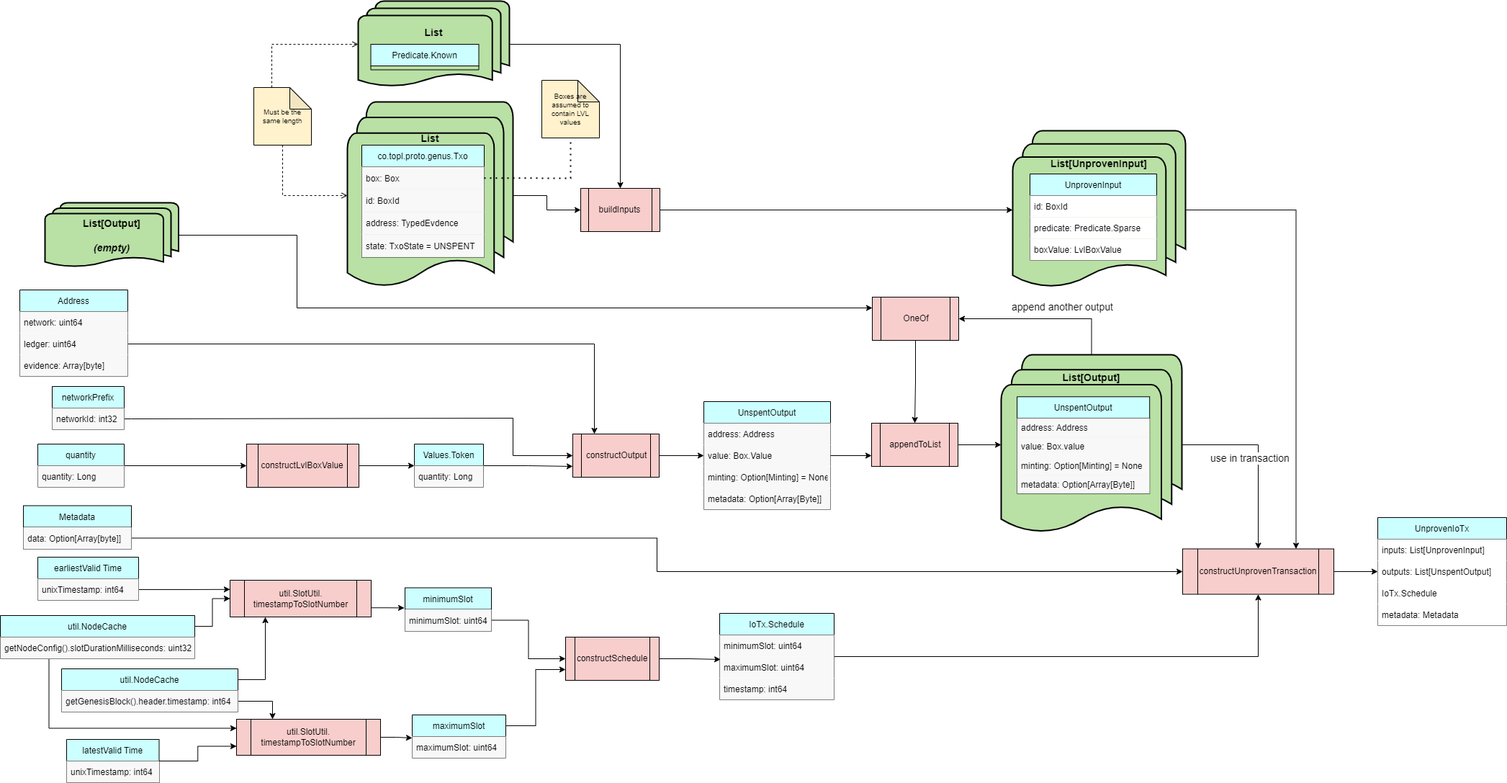
Above: docs/Modules/NativeTransactor/transaction_builder.drawio.png in Topl/BramblSc-docs (draw.io), before the change. Source tidied: cells renumbered, new cells last; positions are measured from the earlier drawing's top-left corner, leaving out a move shared by most shapes.
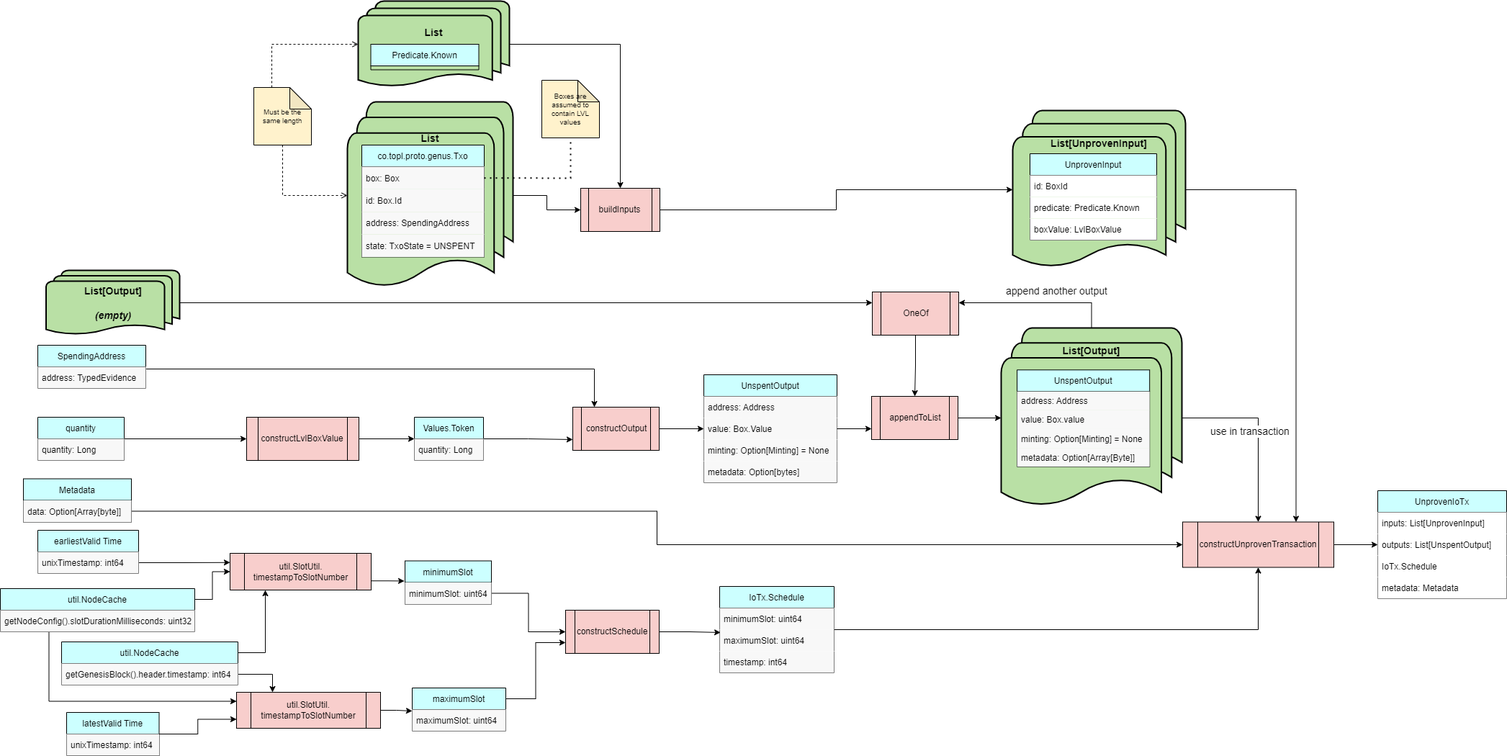
Later version of the same file.

The edit, as a diff of the source:
```diff
@@ -47,7 +47,7 @@
       <mxGeometry y="30" width="130" height="30" as="geometry" />
     </mxCell>
     <mxCell id="16" style="group;" parent="1" vertex="1">
-      <mxGeometry x="482" y="170" width="230" height="230" as="geometry" />
+      <mxGeometry x="482" y="207" width="230" height="230" as="geometry" />
     </mxCell>
     <mxCell id="17" value="&lt;font style=&quot;&quot;&gt;&lt;font style=&quot;font-size: 10px;&quot;&gt;&amp;nbsp;&lt;/font&gt;&lt;font style=&quot;font-size: 18px;&quot;&gt;&amp;nbsp;&lt;br&gt;&lt;/font&gt;&lt;br&gt;&lt;/font&gt;&lt;font style=&quot;font-size: 14px;&quot;&gt;&lt;b&gt;List&lt;/b&gt;&lt;/font&gt;" style="strokeWidth=2;html=1;shape=mxgraph.flowchart.multi-document;whiteSpace=wrap;fillColor=#B9E0A5;verticalAlign=top;" parent="16" vertex="1">
       <mxGeometry y="-30" width="230" height="260" as="geometry" />
@@ -58,10 +58,10 @@
     <mxCell id="19" value="box: Box" style="text;strokeColor=none;fillColor=#F8F8F8;align=left;verticalAlign=middle;spacingLeft=4;spacingRight=4;overflow=hidden;points=[[0,0.5],[1,0.5]];portConstraint=eastwest;" parent="18" vertex="1">
       <mxGeometry y="30" width="170" height="31.4" as="geometry" />
     </mxCell>
-    <mxCell id="20" value="id: BoxId" style="text;strokeColor=none;fillColor=#F8F8F8;align=left;verticalAlign=middle;spacingLeft=4;spacingRight=4;overflow=hidden;" parent="18" vertex="1">
+    <mxCell id="20" value="id: Box.Id" style="text;strokeColor=none;fillColor=#F8F8F8;align=left;verticalAlign=middle;spacingLeft=4;spacingRight=4;overflow=hidden;" parent="18" vertex="1">
       <mxGeometry y="61.4" width="170" height="31.4" as="geometry" />
     </mxCell>
-    <mxCell id="21" value="address: TypedEvdence" style="text;strokeColor=none;fillColor=#F8F8F8;align=left;verticalAlign=middle;spacingLeft=4;spacingRight=4;overflow=hidden;" parent="18" vertex="1">
+    <mxCell id="21" value="address: SpendingAddress" style="text;strokeColor=none;fillColor=#F8F8F8;align=left;verticalAlign=middle;spacingLeft=4;spacingRight=4;overflow=hidden;" parent="18" vertex="1">
       <mxGeometry y="92.7" width="170" height="31.4" as="geometry" />
     </mxCell>
     <mxCell id="22" value="state: TxoState = UNSPENT" style="text;strokeColor=none;fillColor=#F8F8F8;align=left;verticalAlign=middle;spacingLeft=4;spacingRight=4;overflow=hidden;" parent="18" vertex="1">
@@ -100,36 +100,23 @@
     <mxCell id="33" value="constructOutput" style="shape=process;whiteSpace=wrap;html=1;backgroundOutline=1;fillColor=#F8CECC;" parent="1" vertex="1">
       <mxGeometry x="795" y="601" width="120" height="60" as="geometry" />
     </mxCell>
-    <mxCell id="34" style="edgeStyle=orthogonalEdgeStyle;rounded=0;jettySize=auto;html=1;entryX=0;entryY=0.5;entryDx=0;entryDy=0;fontSize=10;exitX=1;exitY=0.75;exitDx=0;exitDy=0;" parent="1" edge="1" source="99" target="33">
-      <mxGeometry relative="1" as="geometry">
-        <Array as="points">
-          <mxPoint x="182" y="580" />
-          <mxPoint x="712" y="579" />
-          <mxPoint x="712" y="631" />
-        </Array>
-      </mxGeometry>
-    </mxCell>
-    <mxCell id="35" style="edgeStyle=orthogonalEdgeStyle;rounded=0;jettySize=auto;html=1;entryX=0.25;entryY=0;entryDx=0;entryDy=0;fontSize=10;exitX=1;exitY=0.5;exitDx=0;exitDy=0;" parent="1" edge="1" source="97" target="33">
-      <mxGeometry relative="1" as="geometry">
-        <Array as="points">
-          <mxPoint x="825" y="476" />
-        </Array>
-      </mxGeometry>
+    <mxCell id="35" style="edgeStyle=orthogonalEdgeStyle;rounded=0;jettySize=auto;html=1;entryX=0.25;entryY=0;entryDx=0;entryDy=0;fontSize=10;exitX=1.005;exitY=0.1;exitDx=0;exitDy=0;exitPerimeter=0;" parent="1" edge="1" source="98" target="33">
+      <mxGeometry relative="1" as="geometry" />
     </mxCell>
     <mxCell id="36" value="UnspentOutput" style="swimlane;fontStyle=0;horizontal=1;startSize=30;fillColor=#CCFFFF;" parent="1" vertex="1">
-      <mxGeometry x="977" y="556" width="176" height="150" as="geometry" />
+      <mxGeometry x="977" y="556" width="185" height="150" as="geometry" />
     </mxCell>
     <mxCell id="37" value="address: Address" style="text;strokeColor=none;fillColor=#F8F8F8;align=left;verticalAlign=middle;spacingLeft=4;spacingRight=4;overflow=hidden;" parent="36" vertex="1">
-      <mxGeometry y="30" width="176" height="30" as="geometry" />
+      <mxGeometry y="30" width="185" height="30" as="geometry" />
     </mxCell>
     <mxCell id="38" value="value: Box.Value" style="text;strokeColor=none;fillColor=#F8F8F8;align=left;verticalAlign=middle;spacingLeft=4;spacingRight=4;overflow=hidden;points=[[0,0.5],[1,0.5]];portConstraint=eastwest;" parent="36" vertex="1">
-      <mxGeometry y="60" width="176" height="30" as="geometry" />
+      <mxGeometry y="60" width="185" height="30" as="geometry" />
     </mxCell>
     <mxCell id="39" value="minting: Option[Minting] = None" style="text;strokeColor=none;fillColor=#F8F8F8;align=left;verticalAlign=middle;spacingLeft=4;spacingRight=4;overflow=hidden;" parent="36" vertex="1">
-      <mxGeometry y="90" width="176" height="30" as="geometry" />
+      <mxGeometry y="90" width="185" height="30" as="geometry" />
     </mxCell>
-    <mxCell id="40" value="metadata: Option[Array[Byte]]" style="text;strokeColor=none;fillColor=#F8F8F8;align=left;verticalAlign=middle;spacingLeft=4;spacingRight=4;overflow=hidden;" parent="36" vertex="1">
-      <mxGeometry y="120" width="176" height="30" as="geometry" />
+    <mxCell id="40" value="metadata: Option[bytes]" style="text;strokeColor=none;fillColor=#F8F8F8;align=left;verticalAlign=middle;spacingLeft=4;spacingRight=4;overflow=hidden;" parent="36" vertex="1">
+      <mxGeometry y="120" width="185" height="30" as="geometry" />
     </mxCell>
     <mxCell id="41" style="edgeStyle=orthogonalEdgeStyle;rounded=0;jettySize=auto;html=1;entryX=0.5;entryY=0;entryDx=0;entryDy=0;fontSize=10;endArrow=classic;endFill=1;" parent="1" edge="1" source="81" target="46">
       <mxGeometry relative="1" as="geometry" />
@@ -141,19 +128,19 @@
       <mxGeometry relative="1" as="geometry" />
     </mxCell>
     <mxCell id="44" value="Must be the same length" style="shape=note;whiteSpace=wrap;html=1;backgroundOutline=1;darkOpacity=0.05;fontSize=10;fillColor=#FFF2CC;" parent="1" vertex="1">
-      <mxGeometry x="352" y="120" width="80" height="80" as="geometry" />
+      <mxGeometry x="352" y="157" width="80" height="80" as="geometry" />
     </mxCell>
     <mxCell id="45" style="edgeStyle=orthogonalEdgeStyle;rounded=0;jettySize=auto;html=1;entryX=0;entryY=0.5;entryDx=0;entryDy=0;entryPerimeter=0;fontSize=10;endArrow=classic;endFill=1;" parent="1" edge="1" source="46" target="49">
       <mxGeometry relative="1" as="geometry" />
     </mxCell>
     <mxCell id="46" value="buildInputs" style="shape=process;whiteSpace=wrap;html=1;backgroundOutline=1;fillColor=#F8CECC;" parent="1" vertex="1">
-      <mxGeometry x="806" y="260" width="110" height="60" as="geometry" />
+      <mxGeometry x="806" y="297" width="110" height="60" as="geometry" />
     </mxCell>
     <mxCell id="47" style="edgeStyle=orthogonalEdgeStyle;rounded=0;jettySize=auto;html=1;entryX=0;entryY=0.5;entryDx=0;entryDy=0;fontSize=10;endArrow=classic;endFill=1;" parent="1" edge="1" source="17" target="46">
       <mxGeometry relative="1" as="geometry" />
     </mxCell>
     <mxCell id="48" style="group;" parent="1" vertex="1">
-      <mxGeometry x="1406" y="180" width="240" height="220" as="geometry" />
+      <mxGeometry x="1406" y="189" width="240" height="220" as="geometry" />
     </mxCell>
     <mxCell id="49" value="&lt;font style=&quot;&quot;&gt;&lt;font style=&quot;&quot;&gt;&lt;font style=&quot;font-size: 14px;&quot;&gt;&amp;nbsp;&lt;/font&gt;&lt;br&gt;&lt;/font&gt;&lt;br&gt;&lt;/font&gt;&lt;font style=&quot;font-size: 14px;&quot;&gt;&lt;b&gt;List[UnprovenInput]&lt;/b&gt;&lt;/font&gt;" style="strokeWidth=2;html=1;shape=mxgraph.flowchart.multi-document;whiteSpace=wrap;fillColor=#B9E0A5;verticalAlign=top;" parent="48" vertex="1">
       <mxGeometry width="240" height="220" as="geometry" />
@@ -164,7 +151,7 @@
     <mxCell id="51" value="id: BoxId" style="text;strokeColor=none;fillColor=#FFFFFF;align=left;verticalAlign=middle;spacingLeft=4;spacingRight=4;overflow=hidden;" parent="50" vertex="1">
       <mxGeometry y="30" width="176" height="30" as="geometry" />
     </mxCell>
-    <mxCell id="52" value="predicate: Predicate.Sparse" style="text;strokeColor=none;fillColor=#FFFFFF;align=left;verticalAlign=middle;spacingLeft=4;spacingRight=4;overflow=hidden;" parent="50" vertex="1">
+    <mxCell id="52" value="predicate: Predicate.Known" style="text;strokeColor=none;fillColor=#FFFFFF;align=left;verticalAlign=middle;spacingLeft=4;spacingRight=4;overflow=hidden;" parent="50" vertex="1">
       <mxGeometry y="60" width="176" height="30" as="geometry" />
     </mxCell>
     <mxCell id="53" value="boxValue: LvlBoxValue" style="text;strokeColor=none;fillColor=#FFFFFF;align=left;verticalAlign=middle;spacingLeft=4;spacingRight=4;overflow=hidden;" parent="50" vertex="1">
@@ -252,18 +239,18 @@
       <mxGeometry relative="1" as="geometry" />
     </mxCell>
     <mxCell id="81" value="&lt;font style=&quot;&quot;&gt;&lt;font style=&quot;font-size: 10px;&quot;&gt;&lt;br&gt;&lt;/font&gt;&lt;br&gt;&lt;/font&gt;&lt;font style=&quot;font-size: 14px;&quot;&gt;&lt;b&gt;List&lt;/b&gt;&lt;/font&gt;" style="strokeWidth=2;html=1;shape=mxgraph.flowchart.multi-document;whiteSpace=wrap;fillColor=#B9E0A5;verticalAlign=top;" parent="1" vertex="1">
-      <mxGeometry x="497" width="210" height="120" as="geometry" />
+      <mxGeometry x="497" y="37" width="210" height="120" as="geometry" />
     </mxCell>
     <mxCell id="82" value="Predicate.Known" style="swimlane;fontStyle=0;horizontal=1;startSize=30;fillColor=#CCFFFF;" parent="1" vertex="1">
-      <mxGeometry x="514.5" y="60" width="150" height="35.5" as="geometry" />
+      <mxGeometry x="514.5" y="97" width="150" height="35.5" as="geometry" />
     </mxCell>
     <mxCell id="83" value="Boxes are assumed to contain LVL values" style="shape=note;whiteSpace=wrap;html=1;backgroundOutline=1;darkOpacity=0.05;fontSize=10;fillColor=#FFF2CC;" parent="1" vertex="1">
-      <mxGeometry x="752" y="110" width="80" height="80" as="geometry" />
+      <mxGeometry x="752" y="147" width="80" height="80" as="geometry" />
     </mxCell>
     <mxCell id="84" style="endArrow=none;dashed=1;html=1;dashPattern=1 3;strokeWidth=2;rounded=0;exitX=1;exitY=0.5;exitDx=0;exitDy=0;entryX=0.5;entryY=1;entryDx=0;entryDy=0;entryPerimeter=0;" parent="1" edge="1" source="19" target="83">
       <mxGeometry relative="1" as="geometry">
         <Array as="points">
-          <mxPoint x="792" y="246" />
+          <mxPoint x="792" y="283" />
         </Array>
       </mxGeometry>
     </mxCell>
@@ -280,14 +267,9 @@
       <mxGeometry relative="1" as="geometry" />
     </mxCell>
     <mxCell id="89" style="edgeStyle=orthogonalEdgeStyle;rounded=0;jettySize=auto;html=1;entryX=0;entryY=0.25;entryDx=0;entryDy=0;fontSize=18;exitX=1;exitY=0.5;exitDx=0;exitDy=0;exitPerimeter=0;" parent="1" edge="1" source="94" target="93">
-      <mxGeometry relative="1" as="geometry">
-        <Array as="points">
-          <mxPoint x="412" y="325" />
-          <mxPoint x="412" y="426" />
-        </Array>
-      </mxGeometry>
+      <mxGeometry relative="1" as="geometry" />
     </mxCell>
-    <mxCell id="90" style="edgeStyle=orthogonalEdgeStyle;rounded=0;jettySize=auto;html=1;fontSize=18;exitX=0.5;exitY=0;exitDx=0;exitDy=0;exitPerimeter=0;entryX=1;entryY=0.5;entryDx=0;entryDy=0;" parent="1" edge="1" source="102" target="93">
+    <mxCell id="90" style="edgeStyle=orthogonalEdgeStyle;rounded=0;jettySize=auto;html=1;fontSize=18;exitX=0.5;exitY=0;exitDx=0;exitDy=0;exitPerimeter=0;entryX=1;entryY=0.25;entryDx=0;entryDy=0;" parent="1" edge="1" source="102" target="93">
       <mxGeometry relative="1" as="geometry" />
     </mxCell>
     <mxCell id="91" value="append another output" style="edgeLabel;html=1;align=center;verticalAlign=middle;fontSize=14;" parent="90" vertex="1">
@@ -299,29 +281,17 @@
       <mxGeometry relative="1" as="geometry" />
     </mxCell>
     <mxCell id="93" value="OneOf" style="shape=process;whiteSpace=wrap;html=1;backgroundOutline=1;fillColor=#F8CECC;" parent="1" vertex="1">
-      <mxGeometry x="1211" y="411" width="120" height="60" as="geometry" />
+      <mxGeometry x="1211" y="441" width="120" height="60" as="geometry" />
     </mxCell>
     <mxCell id="94" value="&lt;font style=&quot;&quot;&gt;&lt;br&gt;&lt;/font&gt;&lt;font style=&quot;font-size: 14px;&quot;&gt;&lt;b&gt;List[Output]&lt;br&gt;&lt;br&gt;&lt;i&gt;(empty)&lt;/i&gt;&lt;br&gt;&lt;/b&gt;&lt;/font&gt;" style="strokeWidth=2;html=1;shape=mxgraph.flowchart.multi-document;whiteSpace=wrap;fillColor=#B9E0A5;verticalAlign=top;" parent="1" vertex="1">
-      <mxGeometry x="62" y="280" width="185.5" height="90" as="geometry" />
+      <mxGeometry x="63.5" y="411" width="185.5" height="90" as="geometry" />
     </mxCell>
-    <mxCell id="95" value="Address" style="swimlane;fontStyle=0;horizontal=1;startSize=30;fillColor=#CCFFFF;" parent="1" vertex="1">
-      <mxGeometry x="27" y="401" width="150" height="120" as="geometry" />
+    <mxCell id="95" value="SpendingAddress" style="swimlane;fontStyle=0;horizontal=1;startSize=30;fillColor=#CCFFFF;" parent="1" vertex="1">
+      <mxGeometry x="52" y="515" width="150" height="60" as="geometry" />
     </mxCell>
-    <mxCell id="96" value="network: uint64" style="text;strokeColor=none;fillColor=#F8F8F8;align=left;verticalAlign=middle;spacingLeft=4;spacingRight=4;overflow=hidden;" parent="95" vertex="1">
-      <mxGeometry y="30" width="150" height="30" as="geometry" />
-    </mxCell>
-    <mxCell id="97" value="ledger: uint64" style="text;strokeColor=none;fillColor=#F8F8F8;align=left;verticalAlign=middle;spacingLeft=4;spacingRight=4;overflow=hidden;points=[[0,0.5],[1,0.5]];portConstraint=eastwest;" parent="95" vertex="1">
-      <mxGeometry y="60" width="150" height="30" as="geometry" />
-    </mxCell>
-    <mxCell id="98" value="evidence: Array[byte]" style="text;strokeColor=none;fillColor=#F8F8F8;align=left;verticalAlign=middle;spacingLeft=4;spacingRight=4;overflow=hidden;points=[[0,0.5],[1,0.5]];portConstraint=eastwest;" parent="95" vertex="1">
-      <mxGeometry y="90" width="150" height="30" as="geometry" />
+    <mxCell id="98" value="address: TypedEvidence" style="text;strokeColor=none;fillColor=#F8F8F8;align=left;verticalAlign=middle;spacingLeft=4;spacingRight=4;overflow=hidden;points=[[0,0.5],[1,0.5]];portConstraint=eastwest;" parent="95" vertex="1">
+      <mxGeometry y="30" width="150" height="30" as="geometry" />
     </mxCell>
-    <mxCell id="99" value="networkPrefix" style="swimlane;fontStyle=0;horizontal=1;startSize=30;fillColor=#CCFFFF;" parent="1" vertex="1">
-      <mxGeometry x="72" y="535" width="100" height="60" as="geometry" />
-    </mxCell>
-    <mxCell id="100" value="networkId: int32" style="text;strokeColor=none;fillColor=#F8F8F8;align=left;verticalAlign=middle;spacingLeft=4;spacingRight=4;overflow=hidden;" parent="99" vertex="1">
-      <mxGeometry y="30" width="100" height="30" as="geometry" />
-    </mxCell>
     <mxCell id="101" style="group;" parent="1" vertex="1">
       <mxGeometry x="1390" y="491" width="251" height="261" as="geometry" />
     </mxCell>
```
